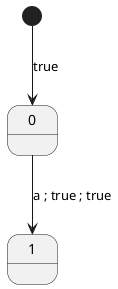
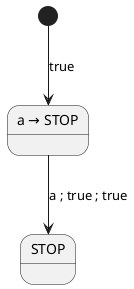
@startuml

- state "0" as a0
- state "1" as a1
+ state "a → STOP" as a0
+ state "STOP" as a1

[*] --> a0 : true
a0 --> a1 : a ; true ; true

- 
@enduml